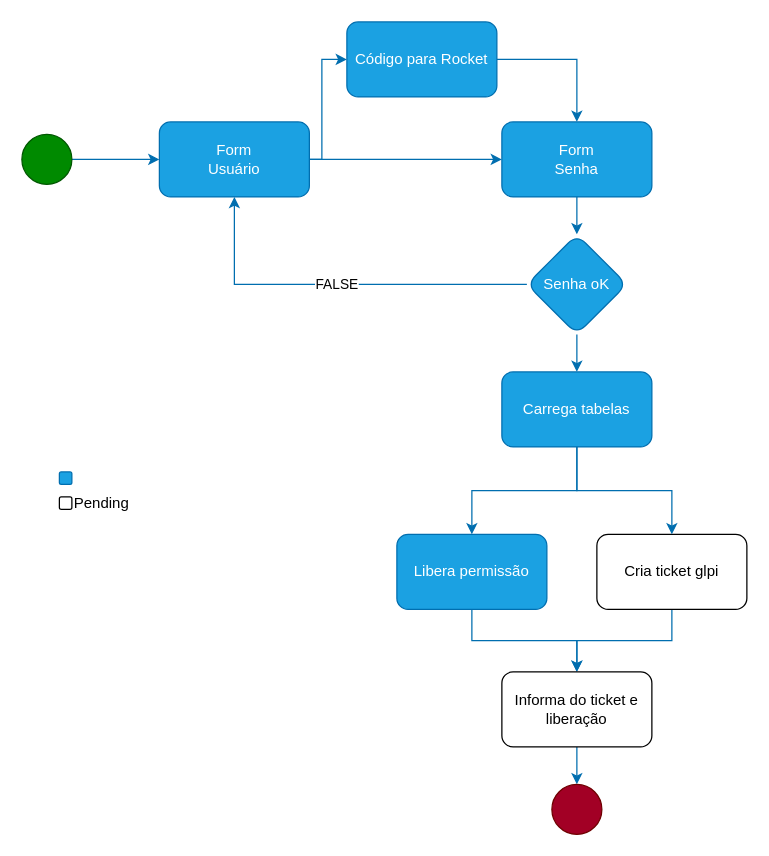
Above: docs/arch.drawio in samuelrcarvalho/carcereiro-web (draw.io), before the change. Source tidied: cells renumbered, new cells numbered last; positions are measured from the earlier drawing's top-left corner, leaving out a move shared by most shapes. Both pictures are drawn from the tidied source at 125%, with x=0, y=0 at pixel (21, 21).
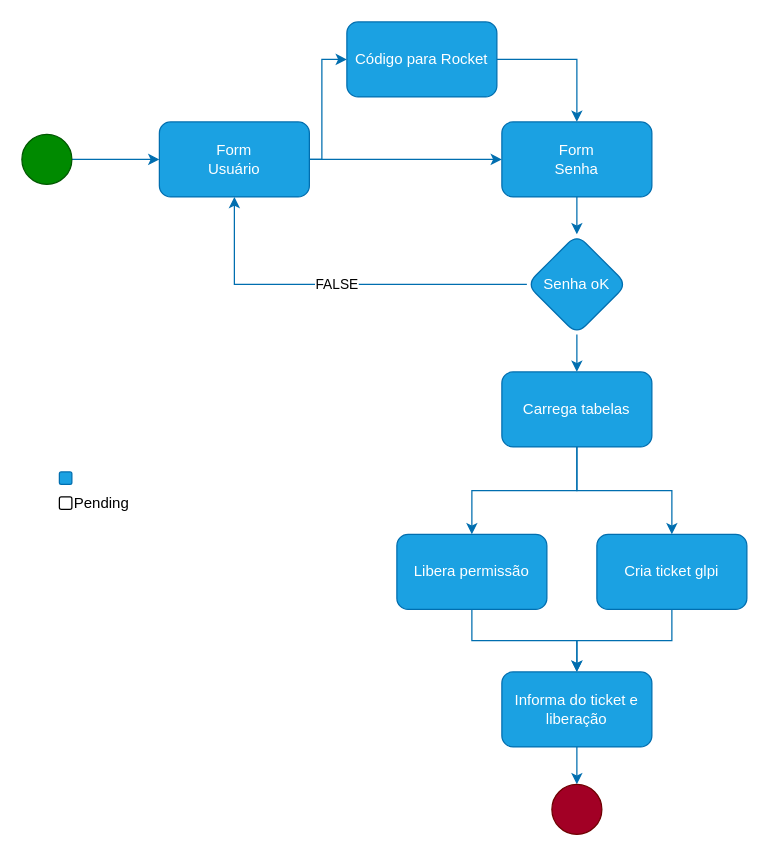
The same page after the edit.

Diff of the diagram source:
```diff
@@
-    <mxCell id="17" value="Cria ticket glpi" style="whiteSpace=wrap;html=1;rounded=1;" parent="1" vertex="1">
+    <mxCell id="17" value="Cria ticket glpi" style="whiteSpace=wrap;html=1;rounded=1;fillColor=#1ba1e2;strokeColor=#006EAF;fontColor=#ffffff;" parent="1" vertex="1">
       <mxGeometry x="460" y="410" width="120" height="60" as="geometry" />
     </mxCell>
@@
-    <mxCell id="20" value="Informa do ticket e liberação" style="whiteSpace=wrap;html=1;rounded=1;" parent="1" vertex="1">
+    <mxCell id="20" value="Informa do ticket e liberação" style="whiteSpace=wrap;html=1;rounded=1;fillColor=#1ba1e2;strokeColor=#006EAF;fontColor=#ffffff;" parent="1" vertex="1">
       <mxGeometry x="384" y="520" width="120" height="60" as="geometry" />
     </mxCell>
```
